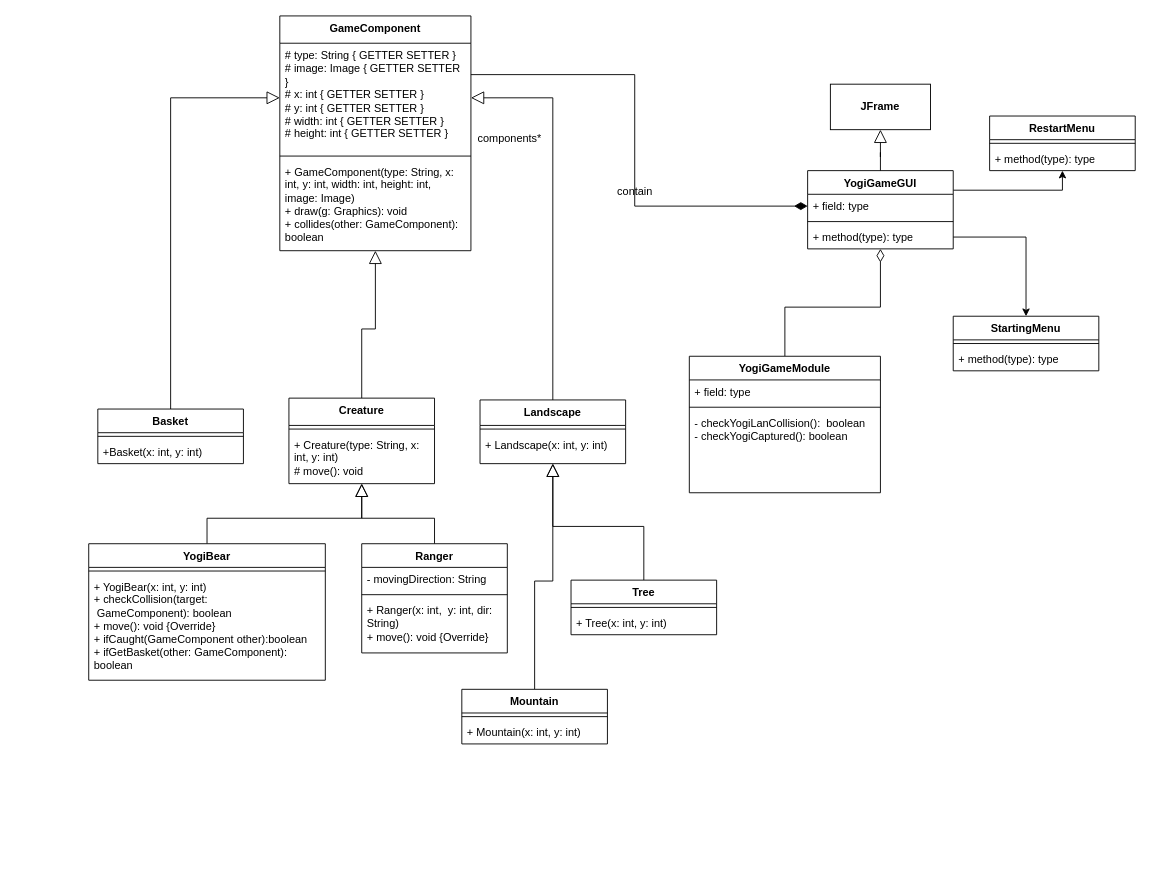
Above: thirdAssignment.drawio in summertx/uml (draw.io), before the change. Source tidied: cells renumbered, new cells numbered last; positions are measured from the earlier drawing's top-left corner, leaving out a move shared by most shapes. Both pictures are drawn from the tidied source at 91%, with x=0, y=0 at pixel (88, 15).
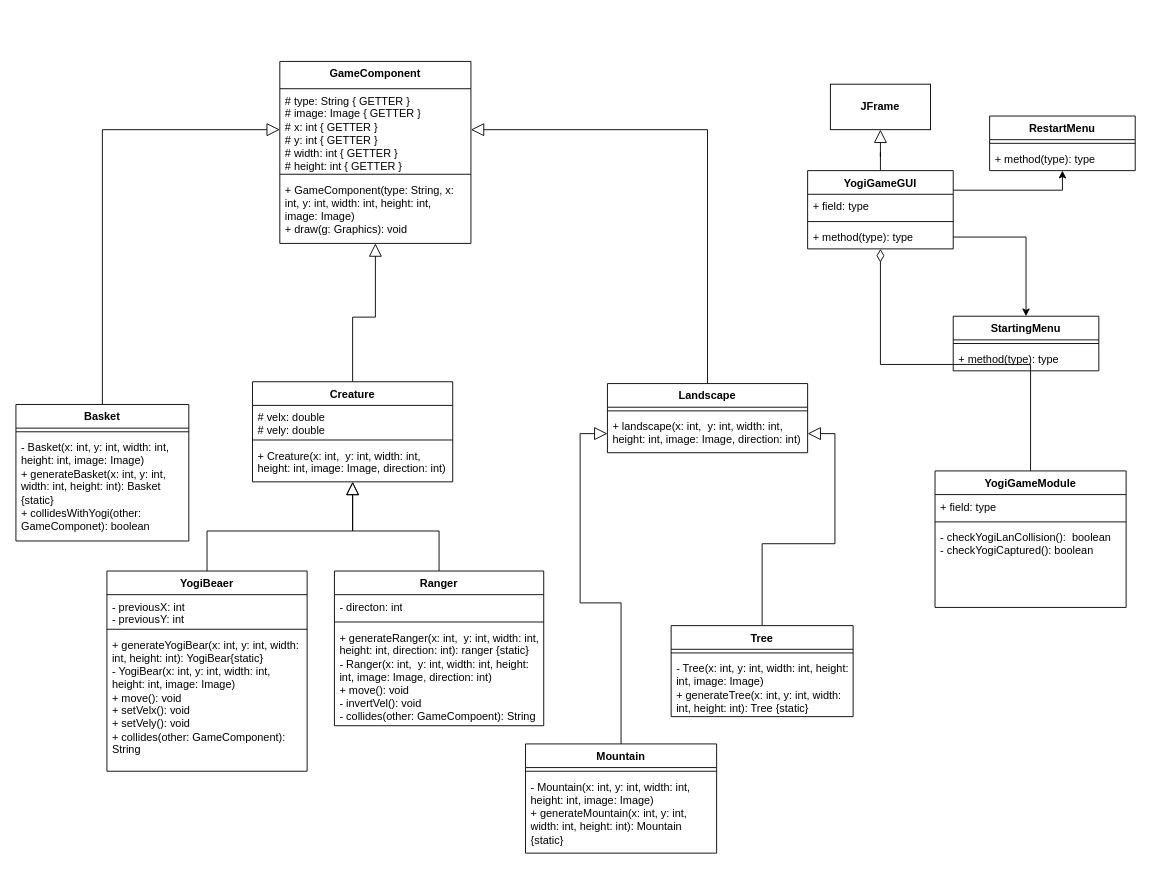
After the change.

The change refers to these unchanged cells:
```xml
<mxCell id="43" value="+ field: type" style="text;strokeColor=none;fillColor=none;align=left;verticalAlign=top;spacingLeft=4;spacingRight=4;overflow=hidden;points=[[0,0.5],[1,0.5]];portConstraint=eastwest;whiteSpace=wrap;html=1;" parent="42" vertex="1">
  <mxGeometry y="26" width="160" height="26" as="geometry" />
</mxCell>
```

The edit, as a diff of the source:
```diff
@@
-    <mxCell id="3" value="&lt;div&gt;&lt;span style=&quot;background-color: initial;&quot;&gt;Creature&lt;/span&gt;&lt;/div&gt;" style="swimlane;fontStyle=1;align=center;verticalAlign=top;horizontal=1;startSize=30;whiteSpace=wrap;html=1;" parent="1" vertex="1">
-      <mxGeometry x="220" y="420" width="160" height="94" as="geometry" />
-    </mxCell>
-    <mxCell id="4" style="line;strokeWidth=1;fillColor=none;align=left;verticalAlign=middle;spacingTop=-1;spacingLeft=3;spacingRight=3;labelPosition=right;strokeColor=inherit;" parent="3" vertex="1">
-      <mxGeometry y="30" width="160" height="8" as="geometry" />
-    </mxCell>
-    <mxCell id="5" value="&lt;div&gt;+ Creature(type: String, x: int, y: int)&lt;/div&gt;# move(): void" style="text;strokeColor=none;fillColor=none;align=left;verticalAlign=top;spacingLeft=4;spacingRight=4;overflow=hidden;whiteSpace=wrap;html=1;" parent="3" vertex="1">
-      <mxGeometry y="38" width="160" height="56" as="geometry" />
-    </mxCell>
-    <mxCell id="6" style="edgeStyle=orthogonalEdgeStyle;rounded=0;jettySize=auto;html=1;exitX=0.5;exitY=0;exitDx=0;exitDy=0;endArrow=block;endFill=0;endSize=12;" parent="1" edge="1" source="7" target="3">
+    <mxCell id="6" style="edgeStyle=orthogonalEdgeStyle;rounded=0;jettySize=auto;html=1;exitX=0.5;exitY=0;exitDx=0;exitDy=0;endArrow=block;endFill=0;endSize=12;entryX=0.5;entryY=1;entryDx=0;entryDy=0;" parent="1" edge="1" source="60" target="3">
       <mxGeometry relative="1" as="geometry" />
     </mxCell>
-    <mxCell id="7" value="YogiBear" style="swimlane;fontStyle=1;align=center;verticalAlign=top;horizontal=1;startSize=26;whiteSpace=wrap;html=1;" parent="1" vertex="1">
-      <mxGeometry y="580" width="260" height="150" as="geometry" />
-    </mxCell>
-    <mxCell id="8" style="line;strokeWidth=1;fillColor=none;align=left;verticalAlign=middle;spacingTop=-1;spacingLeft=3;spacingRight=3;labelPosition=right;strokeColor=inherit;" parent="7" vertex="1">
-      <mxGeometry y="26" width="260" height="8" as="geometry" />
-    </mxCell>
-    <mxCell id="9" value="&lt;div&gt;+ YogiBear(x: int, y: int)&lt;/div&gt;+ checkCollision(target:&amp;nbsp; &amp;nbsp; &amp;nbsp; &amp;nbsp;GameComponent): boolean&lt;div&gt;+ move(): void {Override}&lt;/div&gt;&lt;div&gt;+ ifCaught(GameComponent other):boolean&lt;/div&gt;&lt;div&gt;+ ifGetBasket(other: GameComponent): boolean&lt;/div&gt;&lt;div&gt;&lt;br&gt;&lt;/div&gt;" style="text;strokeColor=none;fillColor=none;align=left;verticalAlign=top;spacingLeft=4;spacingRight=4;overflow=hidden;whiteSpace=wrap;html=1;" parent="7" vertex="1">
-      <mxGeometry y="34" width="260" height="116" as="geometry" />
-    </mxCell>
@@
     <mxCell id="11" value="Basket" style="swimlane;fontStyle=1;align=center;verticalAlign=top;horizontal=1;startSize=26;whiteSpace=wrap;html=1;" parent="1" vertex="1">
-      <mxGeometry x="10" y="432" width="160" height="60" as="geometry" />
+      <mxGeometry x="-80" y="427" width="190" height="150" as="geometry" />
     </mxCell>
     <mxCell id="12" style="line;strokeWidth=1;fillColor=none;align=left;verticalAlign=middle;spacingTop=-1;spacingLeft=3;spacingRight=3;labelPosition=right;strokeColor=inherit;" parent="11" vertex="1">
-      <mxGeometry y="26" width="160" height="8" as="geometry" />
+      <mxGeometry y="26" width="190" height="8" as="geometry" />
     </mxCell>
-    <mxCell id="13" value="+Basket(x: int, y: int)" style="text;strokeColor=none;fillColor=none;align=left;verticalAlign=top;spacingLeft=4;spacingRight=4;overflow=hidden;whiteSpace=wrap;html=1;" parent="11" vertex="1">
-      <mxGeometry y="34" width="160" height="26" as="geometry" />
+    <mxCell id="13" value="- Basket(x: int, y: int, width: int, height: int, image: Image)&lt;div&gt;+ generateBasket(&lt;span style=&quot;background-color: initial;&quot;&gt;x: int, y: int, width: int, height: int&lt;/span&gt;&lt;span style=&quot;background-color: initial;&quot;&gt;): Basket {static}&lt;/span&gt;&lt;/div&gt;&lt;div&gt;&lt;span style=&quot;background-color: initial;&quot;&gt;+ collidesWithYogi(other: GameComponet): boolean&lt;/span&gt;&lt;/div&gt;" style="text;strokeColor=none;fillColor=none;align=left;verticalAlign=top;spacingLeft=4;spacingRight=4;overflow=hidden;whiteSpace=wrap;html=1;" parent="11" vertex="1">
+      <mxGeometry y="34" width="190" height="116" as="geometry" />
     </mxCell>
-    <mxCell id="14" style="edgeStyle=orthogonalEdgeStyle;rounded=0;jettySize=auto;html=1;exitX=0.5;exitY=0;exitDx=0;exitDy=0;entryX=1;entryY=0.5;entryDx=0;entryDy=0;endArrow=block;endFill=0;endSize=12;" parent="1" edge="1" source="15" target="20">
-      <mxGeometry relative="1" as="geometry" />
-    </mxCell>
-    <mxCell id="15" value="&lt;div&gt;&lt;span style=&quot;background-color: initial;&quot;&gt;Landscape&lt;/span&gt;&lt;/div&gt;" style="swimlane;fontStyle=1;align=center;verticalAlign=top;horizontal=1;startSize=28;whiteSpace=wrap;html=1;" parent="1" vertex="1">
-      <mxGeometry x="430" y="422" width="160" height="70" as="geometry" />
-    </mxCell>
-    <mxCell id="16" style="line;strokeWidth=1;fillColor=none;align=left;verticalAlign=middle;spacingTop=-1;spacingLeft=3;spacingRight=3;labelPosition=right;strokeColor=inherit;" parent="15" vertex="1">
-      <mxGeometry y="28" width="160" height="8" as="geometry" />
-    </mxCell>
-    <mxCell id="17" value="+ Landscape(x: int, y: int)" style="text;strokeColor=none;fillColor=none;align=left;verticalAlign=top;spacingLeft=4;spacingRight=4;overflow=hidden;whiteSpace=wrap;html=1;" parent="15" vertex="1">
-      <mxGeometry y="36" width="160" height="34" as="geometry" />
-    </mxCell>
-    <mxCell id="18" style="edgeStyle=orthogonalEdgeStyle;rounded=0;jettySize=auto;html=1;exitX=1;exitY=0.25;exitDx=0;exitDy=0;entryX=0;entryY=0.5;entryDx=0;entryDy=0;endArrow=diamondThin;endFill=1;endSize=12;" parent="1" edge="1" source="19" target="43">
-      <mxGeometry relative="1" as="geometry" />
-    </mxCell>
     <mxCell id="19" value="&lt;div&gt;&lt;span style=&quot;background-color: initial;&quot;&gt;GameComponent&lt;/span&gt;&lt;/div&gt;" style="swimlane;fontStyle=1;align=center;verticalAlign=top;horizontal=1;startSize=30;whiteSpace=wrap;html=1;" parent="1" vertex="1">
-      <mxGeometry x="210" width="210" height="258" as="geometry" />
+      <mxGeometry x="210" y="50" width="210" height="200" as="geometry" />
     </mxCell>
-    <mxCell id="20" value="&lt;div&gt;&lt;span style=&quot;background-color: initial;&quot;&gt;# type: String { GETTER SETTER }&lt;/span&gt;&lt;/div&gt;&lt;div&gt;# image: Image { GETTER SETTER }&lt;/div&gt;&lt;div&gt;# x: int&amp;nbsp;&lt;span style=&quot;background-color: initial;&quot;&gt;{ GETTER SETTER }&lt;/span&gt;&lt;/div&gt;&lt;div&gt;# y: int&amp;nbsp;&lt;span style=&quot;background-color: initial;&quot;&gt;{ GETTER SETTER }&lt;/span&gt;&lt;/div&gt;&lt;div&gt;# width: int&amp;nbsp;&lt;span style=&quot;background-color: initial;&quot;&gt;{ GETTER SETTER }&lt;/span&gt;&lt;/div&gt;&lt;div&gt;# height: int&amp;nbsp;&lt;span style=&quot;background-color: initial;&quot;&gt;{ GETTER SETTER }&lt;/span&gt;&lt;/div&gt;" style="text;strokeColor=none;fillColor=none;align=left;verticalAlign=top;spacingLeft=4;spacingRight=4;overflow=hidden;points=[[0,0.5],[1,0.5]];portConstraint=eastwest;whiteSpace=wrap;html=1;" parent="19" vertex="1">
-      <mxGeometry y="30" width="210" height="120" as="geometry" />
+    <mxCell id="20" value="&lt;div&gt;&lt;span style=&quot;background-color: initial;&quot;&gt;# type: String { GETTER }&lt;/span&gt;&lt;/div&gt;&lt;div&gt;# image: Image { GETTER }&lt;/div&gt;&lt;div&gt;# x: int&amp;nbsp;&lt;span style=&quot;background-color: initial;&quot;&gt;{ GETTER }&lt;/span&gt;&lt;/div&gt;&lt;div&gt;# y: int&amp;nbsp;&lt;span style=&quot;background-color: initial;&quot;&gt;{ GETTER }&lt;/span&gt;&lt;/div&gt;&lt;div&gt;# width: int&amp;nbsp;&lt;span style=&quot;background-color: initial;&quot;&gt;{ GETTER }&lt;/span&gt;&lt;/div&gt;&lt;div&gt;# height: int&amp;nbsp;&lt;span style=&quot;background-color: initial;&quot;&gt;{ GETTER }&lt;/span&gt;&lt;/div&gt;" style="text;strokeColor=none;fillColor=none;align=left;verticalAlign=top;spacingLeft=4;spacingRight=4;overflow=hidden;points=[[0,0.5],[1,0.5]];portConstraint=eastwest;whiteSpace=wrap;html=1;" parent="19" vertex="1">
+      <mxGeometry y="30" width="210" height="90" as="geometry" />
     </mxCell>
     <mxCell id="21" style="line;strokeWidth=1;fillColor=none;align=left;verticalAlign=middle;spacingTop=-1;spacingLeft=3;spacingRight=3;labelPosition=right;strokeColor=inherit;" parent="19" vertex="1">
-      <mxGeometry y="150" width="210" height="8" as="geometry" />
+      <mxGeometry y="120" width="210" height="8" as="geometry" />
     </mxCell>
-    <mxCell id="22" value="&lt;div&gt;+ GameComponent(type: String, x: int, y: int, width: int, height: int, image: Image)&lt;/div&gt;&lt;div&gt;+ draw(g: Graphics): void&amp;nbsp;&lt;/div&gt;&lt;div&gt;+ collides(other: GameComponent): boolean&lt;/div&gt;" style="text;strokeColor=none;fillColor=none;align=left;verticalAlign=top;spacingLeft=4;spacingRight=4;overflow=hidden;whiteSpace=wrap;html=1;" parent="19" vertex="1">
-      <mxGeometry y="158" width="210" height="100" as="geometry" />
+    <mxCell id="22" value="&lt;div&gt;+ GameComponent(type: String, x: int, y: int, width: int, height: int, image: Image)&lt;/div&gt;&lt;div&gt;+ draw(g: Graphics): void&amp;nbsp;&lt;/div&gt;&lt;div&gt;&lt;br&gt;&lt;/div&gt;" style="text;strokeColor=none;fillColor=none;align=left;verticalAlign=top;spacingLeft=4;spacingRight=4;overflow=hidden;whiteSpace=wrap;html=1;" parent="19" vertex="1">
+      <mxGeometry y="128" width="210" height="72" as="geometry" />
     </mxCell>
-    <mxCell id="23" style="edgeStyle=orthogonalEdgeStyle;rounded=0;jettySize=auto;html=1;exitX=0.5;exitY=0;exitDx=0;exitDy=0;endArrow=block;endFill=0;endSize=12;" parent="1" edge="1" source="24" target="3">
+    <mxCell id="23" style="edgeStyle=orthogonalEdgeStyle;rounded=0;jettySize=auto;html=1;exitX=0.5;exitY=0;exitDx=0;exitDy=0;endArrow=block;endFill=0;endSize=12;entryX=0.5;entryY=1;entryDx=0;entryDy=0;" parent="1" edge="1" source="24" target="3">
       <mxGeometry relative="1" as="geometry" />
     </mxCell>
     <mxCell id="24" value="Ranger" style="swimlane;fontStyle=1;align=center;verticalAlign=top;horizontal=1;startSize=26;whiteSpace=wrap;html=1;" parent="1" vertex="1">
-      <mxGeometry x="300" y="580" width="160" height="120" as="geometry" />
+      <mxGeometry x="270" y="610" width="230" height="170" as="geometry" />
     </mxCell>
-    <mxCell id="25" value="- movingDirection: String" style="text;strokeColor=none;fillColor=none;align=left;verticalAlign=top;spacingLeft=4;spacingRight=4;overflow=hidden;whiteSpace=wrap;html=1;" parent="24" vertex="1">
-      <mxGeometry y="26" width="160" height="26" as="geometry" />
+    <mxCell id="25" value="- directon: int" style="text;strokeColor=none;fillColor=none;align=left;verticalAlign=top;spacingLeft=4;spacingRight=4;overflow=hidden;whiteSpace=wrap;html=1;" parent="24" vertex="1">
+      <mxGeometry y="26" width="230" height="26" as="geometry" />
     </mxCell>
     <mxCell id="26" style="line;strokeWidth=1;fillColor=none;align=left;verticalAlign=middle;spacingTop=-1;spacingLeft=3;spacingRight=3;labelPosition=right;strokeColor=inherit;" parent="24" vertex="1">
-      <mxGeometry y="52" width="160" height="8" as="geometry" />
+      <mxGeometry y="52" width="230" height="8" as="geometry" />
     </mxCell>
-    <mxCell id="27" value="+ Ranger(x: int,&amp;nbsp; y: int, dir: String)&lt;div&gt;+ move(): void {Override}&lt;/div&gt;" style="text;strokeColor=none;fillColor=none;align=left;verticalAlign=top;spacingLeft=4;spacingRight=4;overflow=hidden;whiteSpace=wrap;html=1;" parent="24" vertex="1">
-      <mxGeometry y="60" width="160" height="60" as="geometry" />
+    <mxCell id="27" value="+ generateRanger(x: int,&amp;nbsp; y: int, width: int, height: int, direction: int): ranger {static}&lt;div&gt;- Ranger(&lt;span style=&quot;background-color: initial;&quot;&gt;x: int,&amp;nbsp; y: int, width: int, height: int, image: Image, direction: int&lt;/span&gt;&lt;span style=&quot;background-color: initial;&quot;&gt;)&lt;/span&gt;&lt;/div&gt;&lt;div&gt;&lt;span style=&quot;background-color: initial;&quot;&gt;+ move(): void&lt;/span&gt;&lt;/div&gt;&lt;div&gt;- invertVel(): void&lt;/div&gt;&lt;div&gt;- collides(other: GameCompoent): String&lt;/div&gt;" style="text;strokeColor=none;fillColor=none;align=left;verticalAlign=top;spacingLeft=4;spacingRight=4;overflow=hidden;whiteSpace=wrap;html=1;" parent="24" vertex="1">
+      <mxGeometry y="60" width="230" height="110" as="geometry" />
     </mxCell>
-    <mxCell id="28" style="edgeStyle=orthogonalEdgeStyle;rounded=0;jettySize=auto;html=1;exitX=0.5;exitY=0;exitDx=0;exitDy=0;strokeWidth=1;endArrow=block;endFill=0;endSize=12;" parent="1" edge="1" source="29" target="15">
-      <mxGeometry relative="1" as="geometry" />
-    </mxCell>
+    <mxCell id="58" style="edgeStyle=orthogonalEdgeStyle;rounded=0;jettySize=auto;html=1;entryX=1;entryY=0.5;entryDx=0;entryDy=0;endArrow=block;endFill=0;endSize=12;" parent="1" edge="1" source="29" target="68">
+      <mxGeometry relative="1" as="geometry" />
+    </mxCell>
     <mxCell id="29" value="Tree" style="swimlane;fontStyle=1;align=center;verticalAlign=top;horizontal=1;startSize=26;whiteSpace=wrap;html=1;" parent="1" vertex="1">
-      <mxGeometry x="530" y="620" width="160" height="60" as="geometry" />
+      <mxGeometry x="640" y="670" width="200" height="100" as="geometry" />
     </mxCell>
     <mxCell id="30" style="line;strokeWidth=1;fillColor=none;align=left;verticalAlign=middle;spacingTop=-1;spacingLeft=3;spacingRight=3;labelPosition=right;strokeColor=inherit;" parent="29" vertex="1">
-      <mxGeometry y="26" width="160" height="8" as="geometry" />
+      <mxGeometry y="26" width="200" height="8" as="geometry" />
     </mxCell>
-    <mxCell id="31" value="+ Tree(x: int, y: int)" style="text;strokeColor=none;fillColor=none;align=left;verticalAlign=top;spacingLeft=4;spacingRight=4;overflow=hidden;whiteSpace=wrap;html=1;" parent="29" vertex="1">
-      <mxGeometry y="34" width="160" height="26" as="geometry" />
+    <mxCell id="31" value="- Tree(x: int, y: int, width: int, height: int, image: Image)&lt;div&gt;+ generateTree(&lt;span style=&quot;background-color: initial;&quot;&gt;x: int, y: int, width: int, height: int&lt;/span&gt;&lt;span style=&quot;background-color: initial;&quot;&gt;): Tree {static}&lt;/span&gt;&lt;/div&gt;" style="text;strokeColor=none;fillColor=none;align=left;verticalAlign=top;spacingLeft=4;spacingRight=4;overflow=hidden;whiteSpace=wrap;html=1;" parent="29" vertex="1">
+      <mxGeometry y="34" width="200" height="66" as="geometry" />
     </mxCell>
-    <mxCell id="32" style="edgeStyle=orthogonalEdgeStyle;rounded=0;jettySize=auto;html=1;endArrow=block;endFill=0;endSize=12;" parent="1" edge="1" source="33" target="15">
-      <mxGeometry relative="1" as="geometry" />
-    </mxCell>
+    <mxCell id="59" style="edgeStyle=orthogonalEdgeStyle;rounded=0;jettySize=auto;html=1;exitX=0.5;exitY=0;exitDx=0;exitDy=0;entryX=0;entryY=0.5;entryDx=0;entryDy=0;endArrow=block;endFill=0;endSize=12;" parent="1" edge="1" source="33" target="68">
+      <mxGeometry relative="1" as="geometry" />
+    </mxCell>
     <mxCell id="33" value="Mountain" style="swimlane;fontStyle=1;align=center;verticalAlign=top;horizontal=1;startSize=26;whiteSpace=wrap;html=1;" parent="1" vertex="1">
-      <mxGeometry x="410" y="740" width="160" height="60" as="geometry" />
+      <mxGeometry x="480" y="800" width="210" height="120" as="geometry" />
     </mxCell>
     <mxCell id="34" style="line;strokeWidth=1;fillColor=none;align=left;verticalAlign=middle;spacingTop=-1;spacingLeft=3;spacingRight=3;labelPosition=right;strokeColor=inherit;" parent="33" vertex="1">
-      <mxGeometry y="26" width="160" height="8" as="geometry" />
+      <mxGeometry y="26" width="210" height="8" as="geometry" />
     </mxCell>
-    <mxCell id="35" value="+ Mountain(x: int, y: int)" style="text;strokeColor=none;fillColor=none;align=left;verticalAlign=top;spacingLeft=4;spacingRight=4;overflow=hidden;whiteSpace=wrap;html=1;" parent="33" vertex="1">
-      <mxGeometry y="34" width="160" height="26" as="geometry" />
+    <mxCell id="35" value="- Mountain(x: int, y: int, width: int, height: int, image: Image)&lt;div&gt;+ generateMountain(&lt;span style=&quot;background-color: initial;&quot;&gt;x: int, y: int, width: int, height: int&lt;/span&gt;&lt;span style=&quot;background-color: initial;&quot;&gt;): Mountain {static}&lt;/span&gt;&lt;/div&gt;" style="text;strokeColor=none;fillColor=none;align=left;verticalAlign=top;spacingLeft=4;spacingRight=4;overflow=hidden;whiteSpace=wrap;html=1;" parent="33" vertex="1">
+      <mxGeometry y="34" width="210" height="86" as="geometry" />
     </mxCell>
@@
     <mxCell id="37" value="YogiGameModule" style="swimlane;fontStyle=1;align=center;verticalAlign=top;horizontal=1;startSize=26;whiteSpace=wrap;html=1;" parent="1" vertex="1">
-      <mxGeometry x="660" y="374" width="210" height="150" as="geometry" />
+      <mxGeometry x="930" y="500" width="210" height="150" as="geometry" />
     </mxCell>
@@
-    <mxCell id="55" value="components" style="text;html=1;align=center;verticalAlign=middle;strokeColor=none;fillColor=none;" parent="1" vertex="1">
-      <mxGeometry x="415" y="120" width="90" height="30" as="geometry" />
-    </mxCell>
-    <mxCell id="56" value="*" style="text;html=1;align=center;verticalAlign=middle;strokeColor=none;fillColor=none;" parent="1" vertex="1">
-      <mxGeometry x="480" y="120" width="30" height="30" as="geometry" />
-    </mxCell>
-    <mxCell id="57" value="contain" style="text;html=1;align=center;verticalAlign=middle;strokeColor=none;fillColor=none;" parent="1" vertex="1">
-      <mxGeometry x="570" y="178" width="60" height="30" as="geometry" />
-    </mxCell>
+    <mxCell id="60" value="YogiBeaer" style="swimlane;fontStyle=1;align=center;verticalAlign=top;horizontal=1;startSize=26;whiteSpace=wrap;html=1;" parent="1" vertex="1">
+      <mxGeometry x="20" y="610" width="220" height="220" as="geometry" />
+    </mxCell>
+    <mxCell id="61" value="- previousX: int&lt;div&gt;- previousY: int&lt;/div&gt;" style="text;strokeColor=none;fillColor=none;align=left;verticalAlign=top;spacingLeft=4;spacingRight=4;overflow=hidden;whiteSpace=wrap;html=1;" parent="60" vertex="1">
+      <mxGeometry y="26" width="220" height="34" as="geometry" />
+    </mxCell>
+    <mxCell id="62" style="line;strokeWidth=1;fillColor=none;align=left;verticalAlign=middle;spacingTop=-1;spacingLeft=3;spacingRight=3;labelPosition=right;strokeColor=inherit;" parent="60" vertex="1">
+      <mxGeometry y="60" width="220" height="8" as="geometry" />
+    </mxCell>
+    <mxCell id="63" value="+ generateYogiBear(x: int, y: int, width: int, height: int): YogiBear{static}&lt;div&gt;- YogiBear(&lt;span style=&quot;background-color: initial;&quot;&gt;x: int, y: int, width: int, height: int, image: Image&lt;/span&gt;&lt;span style=&quot;background-color: initial;&quot;&gt;)&lt;/span&gt;&lt;/div&gt;&lt;div&gt;&lt;span style=&quot;background-color: initial;&quot;&gt;+ move(): void&lt;/span&gt;&lt;/div&gt;&lt;div&gt;&lt;span style=&quot;background-color: initial;&quot;&gt;+ setVelx(): void&amp;nbsp;&lt;/span&gt;&lt;/div&gt;&lt;div&gt;&lt;span style=&quot;background-color: initial;&quot;&gt;+ setVely(): void&lt;/span&gt;&lt;/div&gt;&lt;div&gt;&lt;span style=&quot;background-color: initial;&quot;&gt;+ collides(other: GameComponent): String&lt;/span&gt;&lt;/div&gt;" style="text;strokeColor=none;fillColor=none;align=left;verticalAlign=top;spacingLeft=4;spacingRight=4;overflow=hidden;whiteSpace=wrap;html=1;" parent="60" vertex="1">
+      <mxGeometry y="68" width="220" height="152" as="geometry" />
+    </mxCell>
+    <mxCell id="3" value="Creature" style="swimlane;fontStyle=1;align=center;verticalAlign=top;horizontal=1;startSize=26;whiteSpace=wrap;html=1;" parent="1" vertex="1">
+      <mxGeometry x="180" y="402" width="220" height="110" as="geometry" />
+    </mxCell>
+    <mxCell id="64" value="# velx: double&lt;div&gt;# vely: double&lt;/div&gt;" style="text;strokeColor=none;fillColor=none;align=left;verticalAlign=top;spacingLeft=4;spacingRight=4;overflow=hidden;whiteSpace=wrap;html=1;" parent="3" vertex="1">
+      <mxGeometry y="26" width="220" height="34" as="geometry" />
+    </mxCell>
+    <mxCell id="65" style="line;strokeWidth=1;fillColor=none;align=left;verticalAlign=middle;spacingTop=-1;spacingLeft=3;spacingRight=3;labelPosition=right;strokeColor=inherit;" parent="3" vertex="1">
+      <mxGeometry y="60" width="220" height="8" as="geometry" />
+    </mxCell>
+    <mxCell id="66" value="&lt;div&gt;+ Creature(&lt;span style=&quot;background-color: initial;&quot;&gt;x: int,&amp;nbsp; y: int, width: int, height: int, image: Image, direction: int&lt;/span&gt;&lt;span style=&quot;background-color: initial;&quot;&gt;)&lt;/span&gt;&lt;/div&gt;" style="text;strokeColor=none;fillColor=none;align=left;verticalAlign=top;spacingLeft=4;spacingRight=4;overflow=hidden;whiteSpace=wrap;html=1;" parent="3" vertex="1">
+      <mxGeometry y="68" width="220" height="42" as="geometry" />
+    </mxCell>
+    <mxCell id="14" style="edgeStyle=orthogonalEdgeStyle;rounded=0;jettySize=auto;html=1;entryX=1;entryY=0.5;entryDx=0;entryDy=0;endArrow=block;endFill=0;endSize=12;" parent="1" edge="1" source="15" target="20">
+      <mxGeometry relative="1" as="geometry" />
+    </mxCell>
+    <mxCell id="15" value="Landscape" style="swimlane;fontStyle=1;align=center;verticalAlign=top;horizontal=1;startSize=26;whiteSpace=wrap;html=1;" parent="1" vertex="1">
+      <mxGeometry x="570" y="404" width="220" height="76" as="geometry" />
+    </mxCell>
+    <mxCell id="67" style="line;strokeWidth=1;fillColor=none;align=left;verticalAlign=middle;spacingTop=-1;spacingLeft=3;spacingRight=3;labelPosition=right;strokeColor=inherit;" parent="15" vertex="1">
+      <mxGeometry y="26" width="220" height="8" as="geometry" />
+    </mxCell>
+    <mxCell id="68" value="&lt;div&gt;+ landscape(&lt;span style=&quot;background-color: initial;&quot;&gt;x: int,&amp;nbsp; y: int, width: int, height: int, image: Image, direction: int&lt;/span&gt;&lt;span style=&quot;background-color: initial;&quot;&gt;)&lt;/span&gt;&lt;/div&gt;" style="text;strokeColor=none;fillColor=none;align=left;verticalAlign=top;spacingLeft=4;spacingRight=4;overflow=hidden;points=[[0,0.5],[1,0.5]];portConstraint=eastwest;whiteSpace=wrap;html=1;" parent="15" vertex="1">
+      <mxGeometry y="34" width="220" height="42" as="geometry" />
+    </mxCell>
```
